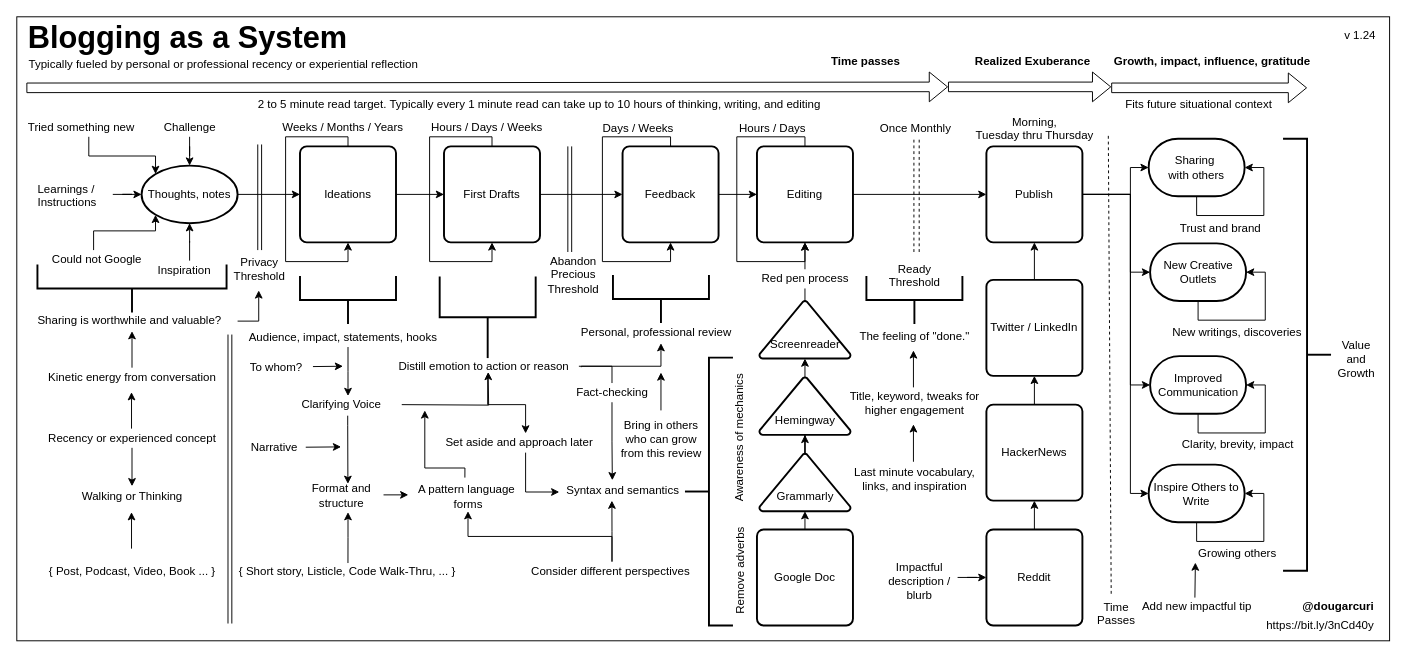
Earlier version of the draw.io diagram mentoring/diagrams/blogging-process.drawio (solidi/learning-notes). Source tidied: cells renumbered, new cells numbered last; positions are measured from the earlier drawing's top-left corner, leaving out a move shared by most shapes. Both pictures are drawn from the tidied source at 96%, with x=0, y=0 at pixel (16, 16).
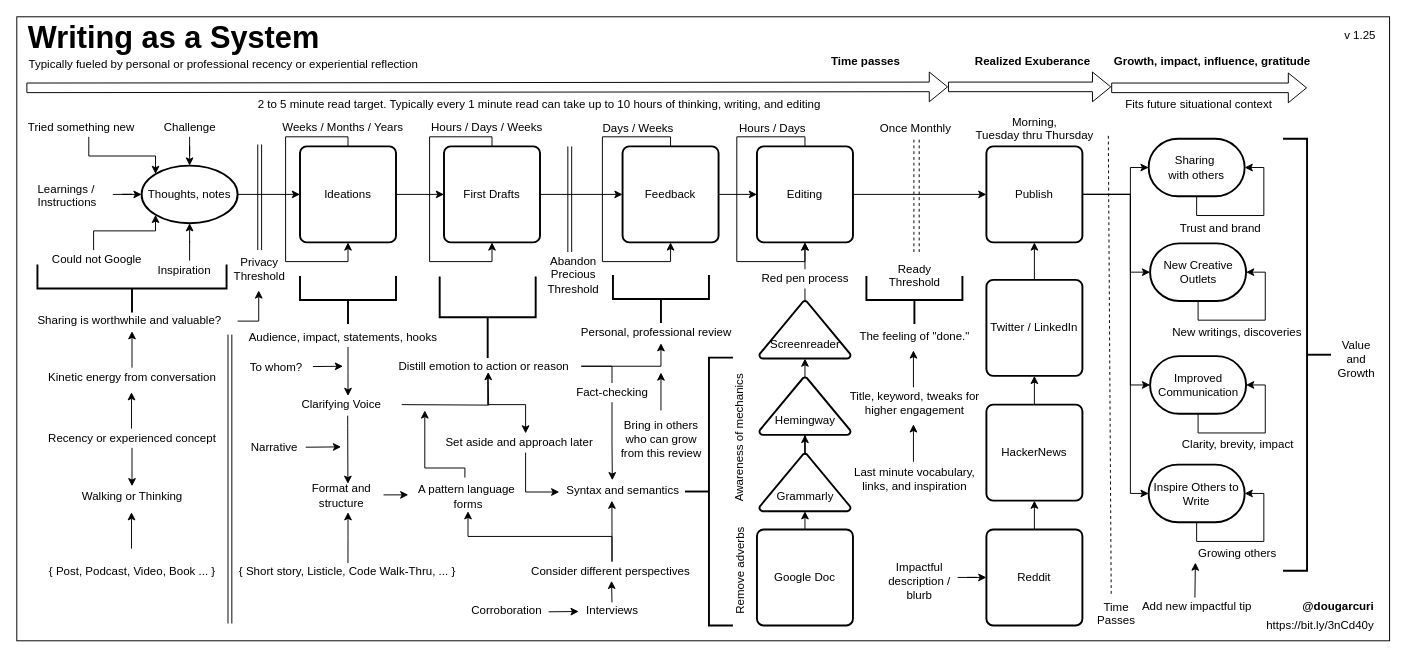
After the change.

Commit message (it also covers changes not shown here):
Change to writing as a system, add interviews

Unchanged cells that the change refers to:
```xml
<mxCell id="41" value="Distill emotion to action or reason" style="text;html=1;points=[];align=left;verticalAlign=top;spacingTop=-4;" parent="1" vertex="1">
  <mxGeometry x="395.5" y="354" width="190" height="20" as="geometry" />
</mxCell>
<mxCell id="145" value="Fact-checking" style="text;html=1;align=center;verticalAlign=middle;points=[];strokeColor=none;fillColor=none;" parent="1" vertex="1">
  <mxGeometry x="575" y="381.5" width="90" height="20" as="geometry" />
</mxCell>
```

What changed in the source:
```diff
@@
-    <mxCell id="29" value="&lt;b&gt;&lt;font style=&quot;font-size: 32px&quot;&gt;Blogging as a System&lt;/font&gt;&lt;/b&gt;" style="text;html=1;align=left;verticalAlign=top;spacingTop=-4;" parent="1" vertex="1">
-      <mxGeometry x="10" width="350" height="20" as="geometry" />
+    <mxCell id="29" value="&lt;b&gt;&lt;font style=&quot;font-size: 32px&quot;&gt;Writing as a System&lt;/font&gt;&lt;/b&gt;" style="text;html=1;align=left;verticalAlign=top;spacingTop=-4;" parent="1" vertex="1">
+      <mxGeometry x="10" width="330" height="50" as="geometry" />
     </mxCell>
@@
-    <mxCell id="38" style="edgeStyle=orthogonalEdgeStyle;rounded=0;orthogonalLoop=1;jettySize=auto;html=1;entryX=0.518;entryY=1.1;entryDx=0;entryDy=0;entryPerimeter=0;exitX=1.013;exitY=0.5;exitDx=0;exitDy=0;exitPerimeter=0;" parent="1" edge="1">
+    <mxCell id="38" style="edgeStyle=orthogonalEdgeStyle;rounded=0;orthogonalLoop=1;jettySize=auto;html=1;entryX=0.518;entryY=1.1;entryDx=0;entryDy=0;entryPerimeter=0;" parent="1" edge="1">
       <mxGeometry relative="1" as="geometry">
-        <mxPoint x="588" y="365" as="sourcePoint" />
+        <mxPoint x="620" y="364" as="sourcePoint" />
         <mxPoint x="671" y="340" as="targetPoint" />
         <Array as="points">
           <mxPoint x="588" y="364" />
           <mxPoint x="671" y="364" />
         </Array>
       </mxGeometry>
     </mxCell>
-    <mxCell id="39" style="edgeStyle=orthogonalEdgeStyle;rounded=0;jettySize=auto;html=1;endArrow=none;endFill=0;startArrow=none;startFill=0;" parent="1" edge="1" source="41" target="145">
+    <mxCell id="39" style="edgeStyle=orthogonalEdgeStyle;rounded=0;jettySize=auto;html=1;endArrow=none;endFill=0;startArrow=none;startFill=0;" parent="1" edge="1" target="145">
       <mxGeometry relative="1" as="geometry">
+        <mxPoint x="620" y="364" as="sourcePoint" />
         <Array as="points">
           <mxPoint x="620" y="364" />
         </Array>
       </mxGeometry>
     </mxCell>
@@
-    <mxCell id="121" value="v 1.24" style="text;html=1;align=center;verticalAlign=middle;" parent="1" vertex="1">
-      <mxGeometry x="1374" y="10" width="50" height="20" as="geometry" />
+    <mxCell id="121" value="v 1.25" style="text;html=1;align=center;verticalAlign=middle;" parent="1" vertex="1">
+      <mxGeometry x="1369" y="5" width="60" height="30" as="geometry" />
     </mxCell>
@@
+    <mxCell id="148" value="Interviews" style="text;html=1;align=center;verticalAlign=middle;" parent="1" vertex="1">
+      <mxGeometry x="580" y="604" width="80" height="30" as="geometry" />
+    </mxCell>
+    <mxCell id="149" style="edgeStyle=orthogonalEdgeStyle;rounded=0;orthogonalLoop=1;jettySize=auto;html=1;entryX=0.5;entryY=1;entryDx=0;entryDy=0;" parent="1" edge="1">
+      <mxGeometry relative="1" as="geometry">
+        <mxPoint x="620" y="610" as="sourcePoint" />
+        <mxPoint x="619.5" y="587.5" as="targetPoint" />
+      </mxGeometry>
+    </mxCell>
+    <mxCell id="150" value="Corroboration" style="text;html=1;align=center;verticalAlign=middle;" parent="1" vertex="1">
+      <mxGeometry x="460" y="604" width="100" height="30" as="geometry" />
+    </mxCell>
+    <mxCell id="151" style="endArrow=classic;html=1;exitX=1.05;exitY=0.467;exitDx=0;exitDy=0;exitPerimeter=0;entryX=-0.018;entryY=0.433;entryDx=0;entryDy=0;entryPerimeter=0;" parent="1" edge="1">
+      <mxGeometry relative="1" as="geometry">
+        <mxPoint x="554" y="619.8" as="sourcePoint" />
+        <mxPoint x="585.3" y="619.5" as="targetPoint" />
+      </mxGeometry>
+    </mxCell>
```
